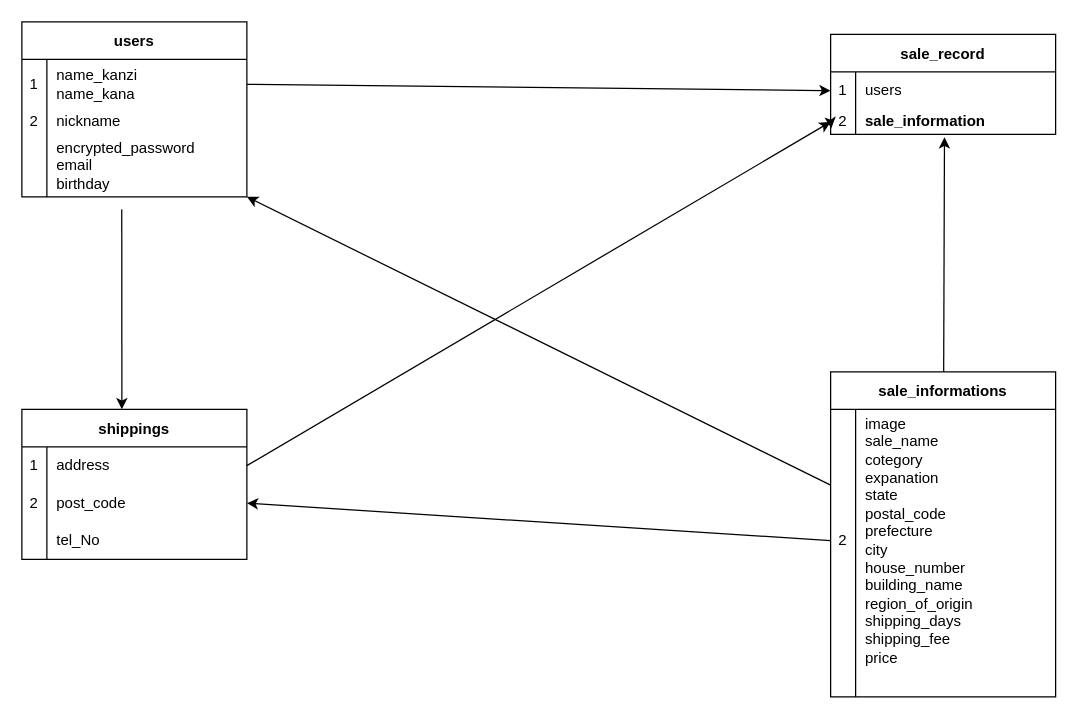
Earlier version of the draw.io diagram furima.dio (waiwaitarou/furima-41380). Source tidied: cells renumbered, new cells numbered last; positions are measured from the earlier drawing's top-left corner, leaving out a move shared by most shapes. Both pictures are drawn from the tidied source at 125%, with x=0, y=0 at pixel (21, 21).
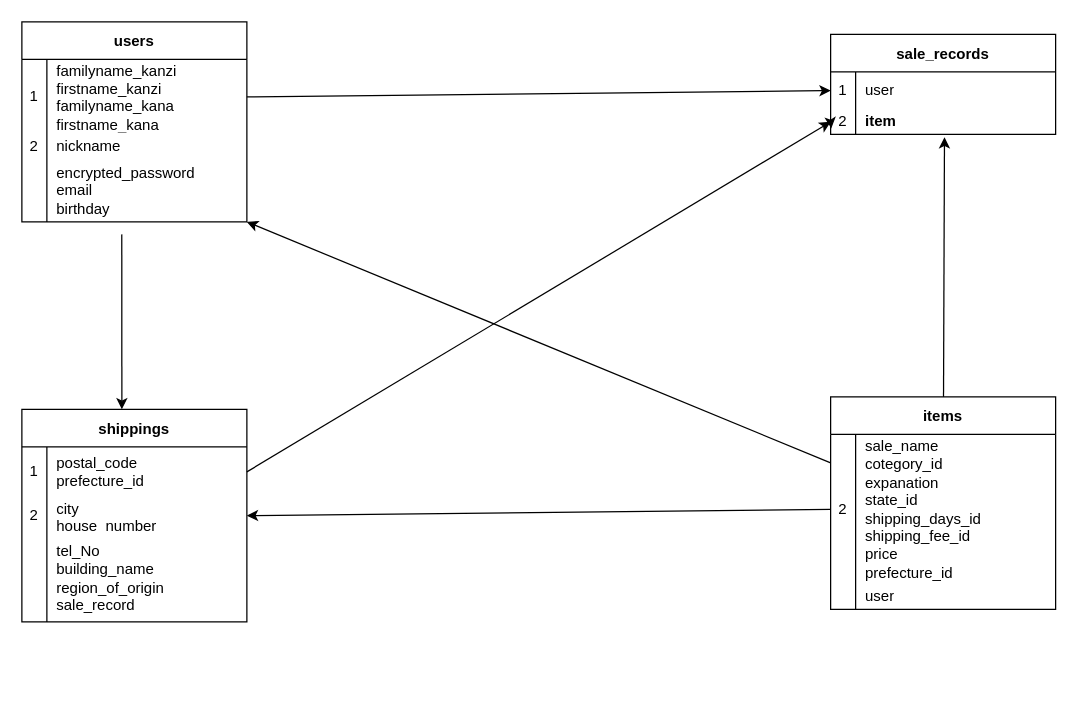
The same diagram, later.

The change refers to these unchanged cells:
```xml
<mxCell id="21" style="shape=tableRow;horizontal=0;startSize=0;swimlaneHead=0;swimlaneBody=0;top=0;left=0;bottom=0;right=0;fillColor=none;points=[[0,0.5],[1,0.5]];portConstraint=eastwest;" parent="20" vertex="1">
  <mxGeometry y="30" width="180" height="30" as="geometry" />
</mxCell>
<mxCell id="25" style="shape=tableRow;horizontal=0;startSize=0;swimlaneHead=0;swimlaneBody=0;top=0;left=0;bottom=0;right=0;fillColor=none;points=[[0,0.5],[1,0.5]];portConstraint=eastwest;" parent="20" vertex="1">
  <mxGeometry y="60" width="180" height="20" as="geometry" />
</mxCell>
```

What changed in the source:
```diff
@@
     <mxCell id="2" value="users" style="shape=table;startSize=30;childLayout=tableLayout;rowLines=0;fontStyle=1;" parent="1" vertex="1">
-      <mxGeometry width="180" height="140" as="geometry" />
+      <mxGeometry width="180" height="160" as="geometry" />
     </mxCell>
     <mxCell id="3" style="shape=tableRow;horizontal=0;startSize=0;swimlaneHead=0;swimlaneBody=0;top=0;left=0;bottom=0;right=0;fillColor=none;points=[[0,0.5],[1,0.5]];portConstraint=eastwest;" parent="2" vertex="1">
-      <mxGeometry y="30" width="180" height="40" as="geometry" />
+      <mxGeometry y="30" width="180" height="60" as="geometry" />
     </mxCell>
     <mxCell id="4" value="1" style="shape=partialRectangle;html=1;whiteSpace=wrap;fillColor=none;top=0;left=0;bottom=0;right=0;overflow=hidden;" parent="3" vertex="1">
-      <mxGeometry width="20" height="40" as="geometry" />
+      <mxGeometry width="20" height="60" as="geometry" />
     </mxCell>
-    <mxCell id="5" value="name_kanzi&lt;br&gt;name_kana" style="shape=partialRectangle;html=1;whiteSpace=wrap;fillColor=none;top=0;left=0;bottom=0;right=0;align=left;spacingLeft=6;overflow=hidden;" parent="3" vertex="1">
-      <mxGeometry x="20" width="160" height="40" as="geometry" />
+    <mxCell id="5" value="familyname_kanzi&lt;br&gt;firstname_kanzi&lt;br&gt;familyname_kana&lt;br&gt;firstname_kana&lt;br&gt;" style="shape=partialRectangle;html=1;whiteSpace=wrap;fillColor=none;top=0;left=0;bottom=0;right=0;align=left;spacingLeft=6;overflow=hidden;" parent="3" vertex="1">
+      <mxGeometry x="20" width="160" height="60" as="geometry" />
     </mxCell>
     <mxCell id="6" style="shape=tableRow;horizontal=0;startSize=0;swimlaneHead=0;swimlaneBody=0;top=0;left=0;bottom=0;right=0;fillColor=none;" parent="2" vertex="1">
-      <mxGeometry y="70" width="180" height="20" as="geometry" />
+      <mxGeometry y="90" width="180" height="20" as="geometry" />
     </mxCell>
@@
     <mxCell id="9" style="shape=tableRow;horizontal=0;startSize=0;swimlaneHead=0;swimlaneBody=0;top=0;left=0;bottom=0;right=0;fillColor=none;points=[[0,0.5],[1,0.5]];portConstraint=eastwest;" parent="2" vertex="1">
-      <mxGeometry y="90" width="180" height="50" as="geometry" />
+      <mxGeometry y="110" width="180" height="50" as="geometry" />
     </mxCell>
@@
-    <mxCell id="13" value="sale_informations" style="shape=table;startSize=30;childLayout=tableLayout;rowLines=0;fontStyle=1;" parent="1" vertex="1">
-      <mxGeometry x="647" y="280" width="180" height="260" as="geometry" />
+    <mxCell id="13" value="items" style="shape=table;startSize=30;childLayout=tableLayout;rowLines=0;fontStyle=1;" parent="1" vertex="1">
+      <mxGeometry x="647" y="300" width="180" height="170" as="geometry" />
     </mxCell>
     <mxCell id="14" style="shape=tableRow;horizontal=0;startSize=0;swimlaneHead=0;swimlaneBody=0;top=0;left=0;bottom=0;right=0;fillColor=none;points=[[0,0.5],[1,0.5]];portConstraint=eastwest;" parent="13" vertex="1">
-      <mxGeometry y="30" width="180" height="210" as="geometry" />
+      <mxGeometry y="30" width="180" height="120" as="geometry" />
     </mxCell>
     <mxCell id="15" value="2" style="shape=partialRectangle;html=1;whiteSpace=wrap;fillColor=none;top=0;left=0;bottom=0;right=0;overflow=hidden;" parent="14" vertex="1">
-      <mxGeometry width="20" height="210" as="geometry" />
+      <mxGeometry width="20" height="120" as="geometry" />
     </mxCell>
-    <mxCell id="16" value="image&lt;br&gt;sale_name&lt;br&gt;cotegory&lt;br&gt;expanation&lt;br&gt;state&lt;br&gt;postal_code&lt;br&gt;prefecture&lt;br&gt;city&lt;br&gt;house_number&lt;br&gt;building_name&lt;br&gt;region_of_origin&lt;br&gt;shipping_days&lt;br&gt;shipping_fee&lt;br&gt;price" style="shape=partialRectangle;html=1;whiteSpace=wrap;fillColor=none;top=0;left=0;bottom=0;right=0;align=left;spacingLeft=6;overflow=hidden;" parent="14" vertex="1">
-      <mxGeometry x="20" width="160" height="210" as="geometry" />
+    <mxCell id="16" value="sale_name&lt;br&gt;cotegory_id&lt;br&gt;expanation&lt;br&gt;state_id&lt;br&gt;shipping_days_id&lt;br&gt;shipping_fee_id&lt;br&gt;price&lt;br&gt;prefecture_id" style="shape=partialRectangle;html=1;whiteSpace=wrap;fillColor=none;top=0;left=0;bottom=0;right=0;align=left;spacingLeft=6;overflow=hidden;" parent="14" vertex="1">
+      <mxGeometry x="20" width="160" height="120" as="geometry" />
     </mxCell>
     <mxCell id="17" style="shape=tableRow;horizontal=0;startSize=0;swimlaneHead=0;swimlaneBody=0;top=0;left=0;bottom=0;right=0;fillColor=none;" parent="13" vertex="1">
-      <mxGeometry y="240" width="180" height="20" as="geometry" />
+      <mxGeometry y="150" width="180" height="20" as="geometry" />
     </mxCell>
@@
-    <mxCell id="19" style="shape=partialRectangle;html=1;whiteSpace=wrap;fillColor=none;top=0;left=0;bottom=0;right=0;align=left;spacingLeft=6;overflow=hidden;" parent="17" vertex="1">
+    <mxCell id="19" value="user" style="shape=partialRectangle;html=1;whiteSpace=wrap;fillColor=none;top=0;left=0;bottom=0;right=0;align=left;spacingLeft=6;overflow=hidden;" parent="17" vertex="1">
       <mxGeometry x="20" width="160" height="20" as="geometry" />
     </mxCell>
-    <mxCell id="20" value="sale_record" style="shape=table;startSize=30;childLayout=tableLayout;rowLines=0;fontStyle=1;" parent="1" vertex="1">
+    <mxCell id="20" value="sale_records" style="shape=table;startSize=30;childLayout=tableLayout;rowLines=0;fontStyle=1;" parent="1" vertex="1">
       <mxGeometry x="647" y="10" width="180" height="80" as="geometry" />
     </mxCell>
@@
-    <mxCell id="23" value="users" style="shape=partialRectangle;html=1;whiteSpace=wrap;fillColor=none;top=0;left=0;bottom=0;right=0;align=left;spacingLeft=6;overflow=hidden;" parent="21" vertex="1">
+    <mxCell id="23" value="user" style="shape=partialRectangle;html=1;whiteSpace=wrap;fillColor=none;top=0;left=0;bottom=0;right=0;align=left;spacingLeft=6;overflow=hidden;" parent="21" vertex="1">
       <mxGeometry x="20" width="160" height="30" as="geometry" />
     </mxCell>
@@
-    <mxCell id="27" value="&lt;span style=&quot;font-weight: 700; text-align: center;&quot;&gt;sale_information&lt;/span&gt;" style="shape=partialRectangle;html=1;whiteSpace=wrap;fillColor=none;top=0;left=0;bottom=0;right=0;align=left;spacingLeft=6;overflow=hidden;" parent="25" vertex="1">
+    <mxCell id="27" value="&lt;span style=&quot;font-weight: 700; text-align: center;&quot;&gt;item&lt;/span&gt;" style="shape=partialRectangle;html=1;whiteSpace=wrap;fillColor=none;top=0;left=0;bottom=0;right=0;align=left;spacingLeft=6;overflow=hidden;" parent="25" vertex="1">
       <mxGeometry x="20" width="160" height="20" as="geometry" />
     </mxCell>
     <mxCell id="28" value="shippings" style="shape=table;startSize=30;childLayout=tableLayout;rowLines=0;fontStyle=1;" parent="1" vertex="1">
-      <mxGeometry y="310" width="180" height="120" as="geometry" />
+      <mxGeometry y="310" width="180" height="170" as="geometry" />
     </mxCell>
     <mxCell id="29" style="shape=tableRow;horizontal=0;startSize=0;swimlaneHead=0;swimlaneBody=0;top=0;left=0;bottom=0;right=0;fillColor=none;points=[[0,0.5],[1,0.5]];portConstraint=eastwest;" parent="28" vertex="1">
-      <mxGeometry y="30" width="180" height="30" as="geometry" />
+      <mxGeometry y="30" width="180" height="40" as="geometry" />
     </mxCell>
     <mxCell id="30" value="1" style="shape=partialRectangle;html=1;whiteSpace=wrap;fillColor=none;top=0;left=0;bottom=0;right=0;overflow=hidden;" parent="29" vertex="1">
-      <mxGeometry width="20" height="30" as="geometry" />
+      <mxGeometry width="20" height="40" as="geometry" />
     </mxCell>
-    <mxCell id="31" value="address" style="shape=partialRectangle;html=1;whiteSpace=wrap;fillColor=none;top=0;left=0;bottom=0;right=0;align=left;spacingLeft=6;overflow=hidden;" parent="29" vertex="1">
-      <mxGeometry x="20" width="160" height="30" as="geometry" />
+    <mxCell id="31" value="postal_code&lt;br&gt;prefecture_id" style="shape=partialRectangle;html=1;whiteSpace=wrap;fillColor=none;top=0;left=0;bottom=0;right=0;align=left;spacingLeft=6;overflow=hidden;" parent="29" vertex="1">
+      <mxGeometry x="20" width="160" height="40" as="geometry" />
     </mxCell>
     <mxCell id="32" style="shape=tableRow;horizontal=0;startSize=0;swimlaneHead=0;swimlaneBody=0;top=0;left=0;bottom=0;right=0;fillColor=none;points=[[0,0.5],[1,0.5]];portConstraint=eastwest;" parent="28" vertex="1">
-      <mxGeometry y="60" width="180" height="30" as="geometry" />
+      <mxGeometry y="70" width="180" height="30" as="geometry" />
     </mxCell>
@@
-    <mxCell id="34" value="post_code" style="shape=partialRectangle;html=1;whiteSpace=wrap;fillColor=none;top=0;left=0;bottom=0;right=0;align=left;spacingLeft=6;overflow=hidden;" parent="32" vertex="1">
+    <mxCell id="34" value="city&lt;br&gt;house_number" style="shape=partialRectangle;html=1;whiteSpace=wrap;fillColor=none;top=0;left=0;bottom=0;right=0;align=left;spacingLeft=6;overflow=hidden;" parent="32" vertex="1">
       <mxGeometry x="20" width="160" height="30" as="geometry" />
     </mxCell>
     <mxCell id="35" style="shape=tableRow;horizontal=0;startSize=0;swimlaneHead=0;swimlaneBody=0;top=0;left=0;bottom=0;right=0;fillColor=none;" parent="28" vertex="1">
-      <mxGeometry y="90" width="180" height="30" as="geometry" />
+      <mxGeometry y="100" width="180" height="70" as="geometry" />
     </mxCell>
     <mxCell id="36" style="shape=partialRectangle;html=1;whiteSpace=wrap;fillColor=none;top=0;left=0;bottom=0;right=0;overflow=hidden;" parent="35" vertex="1">
-      <mxGeometry width="20" height="30" as="geometry" />
+      <mxGeometry width="20" height="70" as="geometry" />
     </mxCell>
-    <mxCell id="37" value="tel_No" style="shape=partialRectangle;html=1;whiteSpace=wrap;fillColor=none;top=0;left=0;bottom=0;right=0;align=left;spacingLeft=6;overflow=hidden;" parent="35" vertex="1">
-      <mxGeometry x="20" width="160" height="30" as="geometry" />
+    <mxCell id="37" value="tel_No&lt;br&gt;building_name&lt;br&gt;region_of_origin&lt;br&gt;sale_record" style="shape=partialRectangle;html=1;whiteSpace=wrap;fillColor=none;top=0;left=0;bottom=0;right=0;align=left;spacingLeft=6;overflow=hidden;" parent="35" vertex="1">
+      <mxGeometry x="20" width="160" height="70" as="geometry" />
     </mxCell>
```
